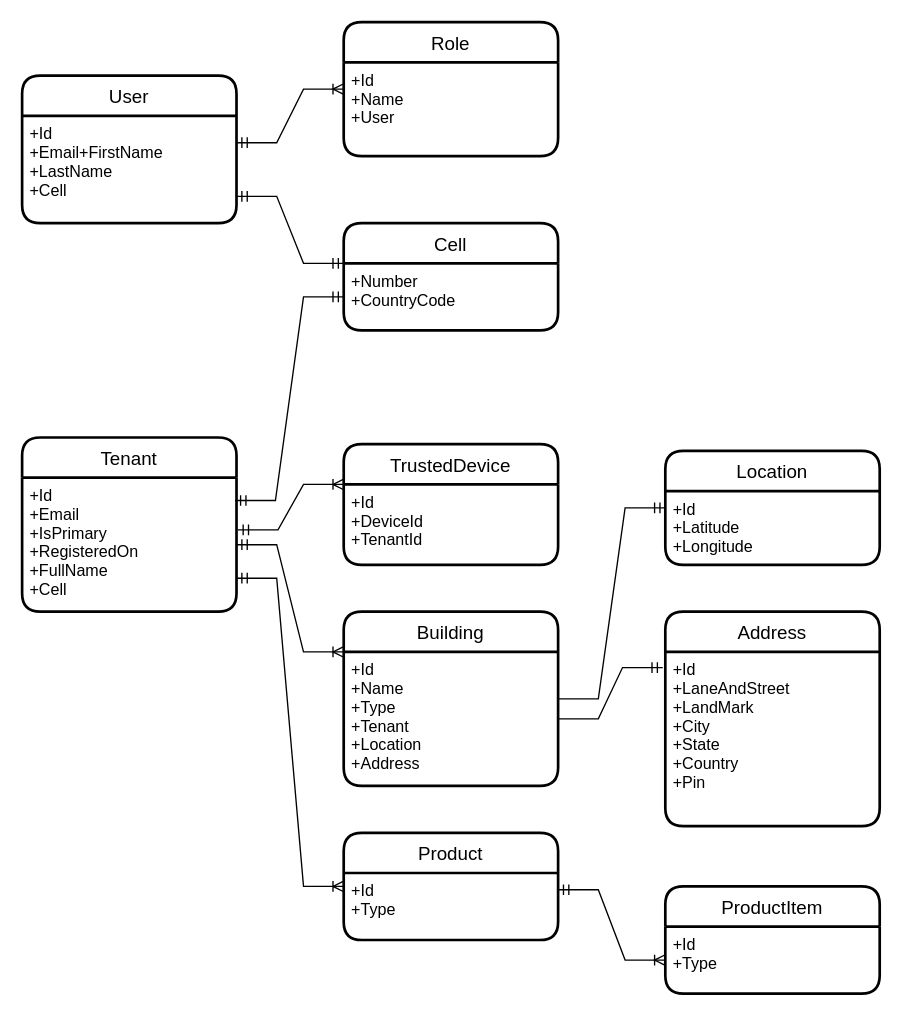
aniruddhand/ciot-capstone keeps this draw.io diagram as page "DatabaseSchema" (10 of 10) of notes/ArchitecturalDiagrams.drawio. Above is the earlier version. Source tidied: cells renumbered, new cells numbered last; positions are measured from the earlier drawing's top-left corner, leaving out a move shared by most shapes. Both pictures are drawn from the tidied source at 134%, with x=0, y=0 at pixel (21, 21).
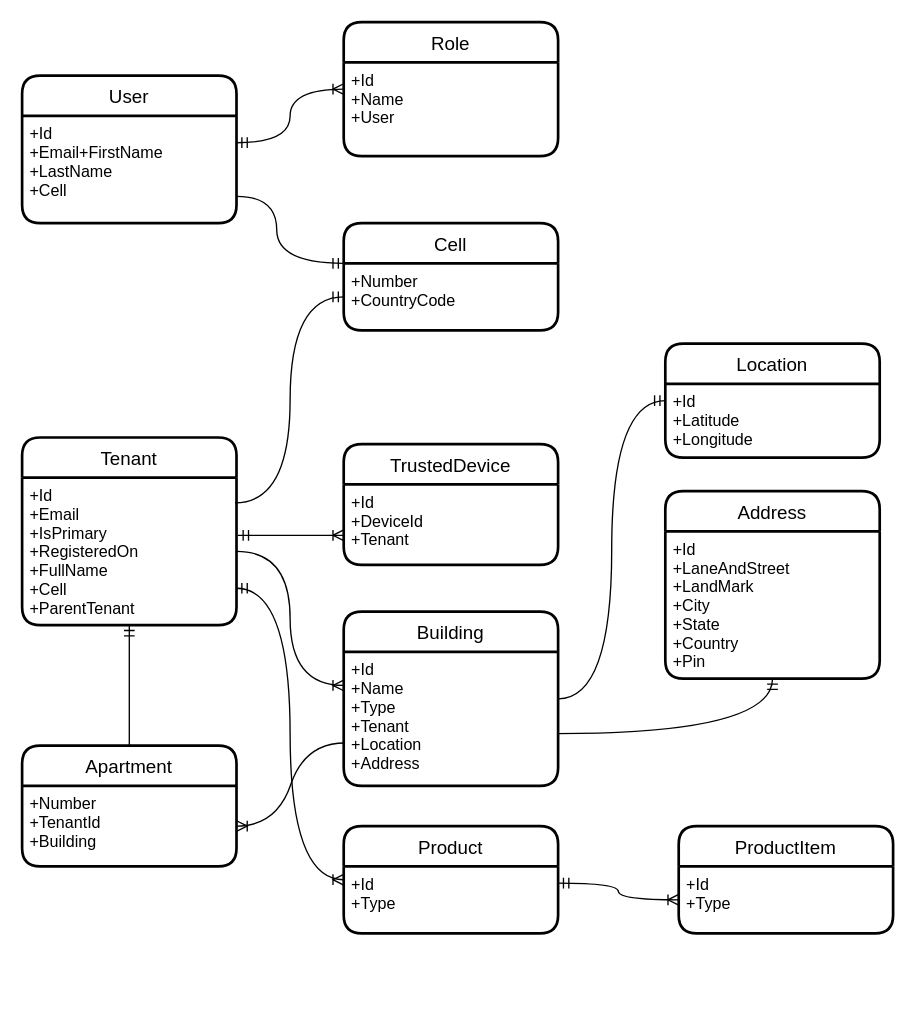
The same page after the edit.

The change refers to these unchanged cells:
```xml
<mxCell id="2" value="Role" style="swimlane;horizontal=1;startSize=30;rounded=1;fontSize=14;fontStyle=0;strokeWidth=2;shadow=0;dashed=0;align=center;" parent="1" vertex="1">
  <mxGeometry x="240" width="160" height="100" as="geometry" />
</mxCell>
<mxCell id="5" value="+Id&#10;+Email+FirstName&#10;+LastName&#10;+Cell&#10;" style="align=left;strokeColor=none;fillColor=none;spacingLeft=4;fontSize=12;verticalAlign=top;" parent="4" vertex="1">
  <mxGeometry y="30" width="160" height="80" as="geometry" />
</mxCell>
<mxCell id="8" value="TrustedDevice" style="swimlane;horizontal=1;startSize=30;rounded=1;fontSize=14;fontStyle=0;strokeWidth=2;shadow=0;dashed=0;align=center;" parent="1" vertex="1">
  <mxGeometry x="240" y="315" width="160" height="90" as="geometry" />
</mxCell>
<mxCell id="10" value="Building" style="swimlane;horizontal=1;startSize=30;rounded=1;fontSize=14;fontStyle=0;strokeWidth=2;shadow=0;dashed=0;align=center;" parent="1" vertex="1">
  <mxGeometry x="240" y="440" width="160" height="130" as="geometry" />
</mxCell>
<mxCell id="11" value="+Id&#10;+Name&#10;+Type&#10;+Tenant&#10;+Location&#10;+Address&#10;" style="align=left;strokeColor=none;fillColor=none;spacingLeft=4;fontSize=12;verticalAlign=top;" parent="10" vertex="1">
  <mxGeometry y="30" width="160" height="100" as="geometry" />
</mxCell>
<mxCell id="13" value="+Number&#10;+CountryCode&#10;" style="align=left;strokeColor=none;fillColor=none;spacingLeft=4;fontSize=12;verticalAlign=top;" parent="12" vertex="1">
  <mxGeometry y="30" width="160" height="50" as="geometry" />
</mxCell>
<mxCell id="25" value="+Id&#10;+Type&#10;&#10;" style="align=left;strokeColor=none;fillColor=none;spacingLeft=4;fontSize=12;verticalAlign=top;" parent="24" vertex="1">
  <mxGeometry y="30" width="160" height="50" as="geometry" />
</mxCell>
<mxCell id="27" value="+Id&#10;+Type&#10;" style="align=left;strokeColor=none;fillColor=none;spacingLeft=4;fontSize=12;verticalAlign=top;" parent="26" vertex="1">
  <mxGeometry y="30" width="160" height="50" as="geometry" />
</mxCell>
```

The edit, as a diff of the source:
```diff
@@
     <mxCell id="6" value="Tenant" style="swimlane;horizontal=1;startSize=30;rounded=1;fontSize=14;fontStyle=0;strokeWidth=2;shadow=0;dashed=0;align=center;" parent="1" vertex="1">
-      <mxGeometry y="310" width="160" height="130" as="geometry" />
+      <mxGeometry y="310" width="160" height="140" as="geometry" />
     </mxCell>
-    <mxCell id="7" value="+Id&#10;+Email&#10;+IsPrimary&#10;+RegisteredOn&#10;+FullName&#10;+Cell&#10;" style="align=left;strokeColor=none;fillColor=none;spacingLeft=4;fontSize=12;verticalAlign=top;" parent="6" vertex="1">
-      <mxGeometry y="30" width="160" height="100" as="geometry" />
+    <mxCell id="7" value="+Id&#10;+Email&#10;+IsPrimary&#10;+RegisteredOn&#10;+FullName&#10;+Cell&#10;+ParentTenant&#10;" style="align=left;strokeColor=none;fillColor=none;spacingLeft=4;fontSize=12;verticalAlign=top;" parent="6" vertex="1">
+      <mxGeometry y="30" width="160" height="110" as="geometry" />
     </mxCell>
@@
-    <mxCell id="9" value="+Id&#10;+DeviceId&#10;+TenantId&#10;" style="align=left;strokeColor=none;fillColor=none;spacingLeft=4;fontSize=12;verticalAlign=top;" parent="8" vertex="1">
+    <mxCell id="9" value="+Id&#10;+DeviceId&#10;+Tenant&#10;" style="align=left;strokeColor=none;fillColor=none;spacingLeft=4;fontSize=12;verticalAlign=top;" parent="8" vertex="1">
       <mxGeometry y="30" width="160" height="60" as="geometry" />
     </mxCell>
@@
-    <mxCell id="14" style="edgeStyle=entityRelationEdgeStyle;fontSize=12;html=1;endArrow=ERmandOne;startArrow=ERmandOne;rounded=0;exitX=1;exitY=0.75;exitDx=0;exitDy=0;entryX=0;entryY=0;entryDx=0;entryDy=0;" parent="1" edge="1" source="5" target="13">
-      <mxGeometry relative="1" as="geometry" />
+    <mxCell id="14" style="edgeStyle=orthogonalEdgeStyle;fontSize=12;html=1;endArrow=ERmandOne;startArrow=none;rounded=0;exitX=1;exitY=0.75;exitDx=0;exitDy=0;entryX=0;entryY=0;entryDx=0;entryDy=0;curved=1;startFill=0;" parent="1" edge="1" source="5" target="13">
+      <mxGeometry relative="1" as="geometry">
+        <Array as="points">
+          <mxPoint x="190" y="130" />
+          <mxPoint x="190" y="180" />
+        </Array>
+      </mxGeometry>
     </mxCell>
-    <mxCell id="15" style="edgeStyle=entityRelationEdgeStyle;fontSize=12;html=1;endArrow=ERoneToMany;startArrow=ERmandOne;rounded=0;exitX=1;exitY=0.25;exitDx=0;exitDy=0;entryX=0;entryY=0.5;entryDx=0;entryDy=0;" parent="1" edge="1" source="5" target="2">
+    <mxCell id="15" style="edgeStyle=orthogonalEdgeStyle;fontSize=12;html=1;endArrow=ERoneToMany;startArrow=ERmandOne;rounded=0;exitX=1;exitY=0.25;exitDx=0;exitDy=0;entryX=0;entryY=0.5;entryDx=0;entryDy=0;curved=1;" parent="1" edge="1" source="5" target="2">
       <mxGeometry relative="1" as="geometry" />
     </mxCell>
-    <mxCell id="16" style="edgeStyle=entityRelationEdgeStyle;fontSize=12;html=1;endArrow=ERoneToMany;startArrow=ERmandOne;rounded=0;entryX=0;entryY=0;entryDx=0;entryDy=0;exitX=1.006;exitY=0.389;exitDx=0;exitDy=0;exitPerimeter=0;" parent="1" edge="1" source="7" target="9">
-      <mxGeometry relative="1" as="geometry" />
+    <mxCell id="16" style="edgeStyle=orthogonalEdgeStyle;fontSize=12;html=1;endArrow=ERoneToMany;startArrow=ERmandOne;rounded=0;exitX=1.006;exitY=0.389;exitDx=0;exitDy=0;exitPerimeter=0;curved=1;" parent="1" edge="1" source="7">
+      <mxGeometry relative="1" as="geometry">
+        <mxPoint x="240" y="383" as="targetPoint" />
+        <Array as="points">
+          <mxPoint x="240" y="383" />
+        </Array>
+      </mxGeometry>
     </mxCell>
-    <mxCell id="17" style="edgeStyle=entityRelationEdgeStyle;fontSize=12;html=1;endArrow=ERoneToMany;startArrow=ERmandOne;rounded=0;exitX=1;exitY=0.5;exitDx=0;exitDy=0;entryX=0;entryY=0;entryDx=0;entryDy=0;" parent="1" edge="1" source="7" target="11">
-      <mxGeometry relative="1" as="geometry" />
-    </mxCell>
     <mxCell id="18" value="Address" style="swimlane;horizontal=1;startSize=30;rounded=1;fontSize=14;fontStyle=0;strokeWidth=2;shadow=0;dashed=0;align=center;" parent="1" vertex="1">
-      <mxGeometry x="480" y="440" width="160" height="160" as="geometry" />
+      <mxGeometry x="480" y="350" width="160" height="140" as="geometry" />
     </mxCell>
     <mxCell id="19" value="+Id&#10;+LaneAndStreet&#10;+LandMark&#10;+City&#10;+State&#10;+Country&#10;+Pin&#10;" style="align=left;strokeColor=none;fillColor=none;spacingLeft=4;fontSize=12;verticalAlign=top;" parent="18" vertex="1">
-      <mxGeometry y="30" width="160" height="130" as="geometry" />
+      <mxGeometry y="30" width="160" height="110" as="geometry" />
     </mxCell>
-    <mxCell id="20" style="edgeStyle=entityRelationEdgeStyle;fontSize=12;html=1;endArrow=ERmandOne;rounded=0;entryX=-0.012;entryY=0.09;entryDx=0;entryDy=0;entryPerimeter=0;exitX=1;exitY=0.5;exitDx=0;exitDy=0;" parent="1" edge="1" source="11" target="19">
-      <mxGeometry relative="1" as="geometry" />
-    </mxCell>
     <mxCell id="21" value="Location" style="swimlane;horizontal=1;startSize=30;rounded=1;fontSize=14;fontStyle=0;strokeWidth=2;shadow=0;dashed=0;align=center;" parent="1" vertex="1">
-      <mxGeometry x="480" y="320" width="160" height="85" as="geometry" />
+      <mxGeometry x="480" y="240" width="160" height="85" as="geometry" />
     </mxCell>
@@
-    <mxCell id="23" style="edgeStyle=entityRelationEdgeStyle;fontSize=12;html=1;endArrow=ERmandOne;rounded=0;entryX=0;entryY=0.5;entryDx=0;entryDy=0;exitX=1;exitY=0.5;exitDx=0;exitDy=0;" parent="1" edge="1" source="10" target="21">
-      <mxGeometry relative="1" as="geometry" />
-    </mxCell>
     <mxCell id="24" value="Product" style="swimlane;horizontal=1;startSize=30;rounded=1;fontSize=14;fontStyle=0;strokeWidth=2;shadow=0;dashed=0;align=center;" parent="1" vertex="1">
-      <mxGeometry x="240" y="605" width="160" height="80" as="geometry" />
+      <mxGeometry x="240" y="600" width="160" height="80" as="geometry" />
     </mxCell>
@@
     <mxCell id="26" value="ProductItem" style="swimlane;horizontal=1;startSize=30;rounded=1;fontSize=14;fontStyle=0;strokeWidth=2;shadow=0;dashed=0;align=center;" parent="1" vertex="1">
-      <mxGeometry x="480" y="645" width="160" height="80" as="geometry" />
+      <mxGeometry x="490" y="600" width="160" height="80" as="geometry" />
     </mxCell>
@@
-    <mxCell id="28" style="edgeStyle=entityRelationEdgeStyle;fontSize=12;html=1;endArrow=ERoneToMany;startArrow=ERmandOne;rounded=0;entryX=0;entryY=0.5;entryDx=0;entryDy=0;exitX=1;exitY=0.75;exitDx=0;exitDy=0;" parent="1" edge="1" source="7" target="24">
+    <mxCell id="28" style="edgeStyle=orthogonalEdgeStyle;fontSize=12;html=1;endArrow=ERoneToMany;startArrow=ERmandOne;rounded=0;entryX=0;entryY=0.5;entryDx=0;entryDy=0;exitX=1;exitY=0.75;exitDx=0;exitDy=0;curved=1;" parent="1" edge="1" source="7" target="24">
       <mxGeometry relative="1" as="geometry" />
     </mxCell>
-    <mxCell id="29" style="edgeStyle=entityRelationEdgeStyle;fontSize=12;html=1;endArrow=ERoneToMany;startArrow=ERmandOne;rounded=0;exitX=1;exitY=0.25;exitDx=0;exitDy=0;entryX=0;entryY=0.5;entryDx=0;entryDy=0;" parent="1" edge="1" source="25" target="27">
+    <mxCell id="29" style="edgeStyle=orthogonalEdgeStyle;fontSize=12;html=1;endArrow=ERoneToMany;startArrow=ERmandOne;rounded=0;exitX=1;exitY=0.25;exitDx=0;exitDy=0;entryX=0;entryY=0.5;entryDx=0;entryDy=0;curved=1;" parent="1" edge="1" source="25" target="27">
       <mxGeometry relative="1" as="geometry" />
     </mxCell>
-    <mxCell id="30" style="edgeStyle=entityRelationEdgeStyle;fontSize=12;html=1;endArrow=ERmandOne;startArrow=ERmandOne;rounded=0;entryX=0;entryY=0.5;entryDx=0;entryDy=0;exitX=0.994;exitY=0.17;exitDx=0;exitDy=0;exitPerimeter=0;" parent="1" edge="1" source="7" target="13">
+    <mxCell id="30" style="edgeStyle=orthogonalEdgeStyle;fontSize=12;html=1;endArrow=ERmandOne;startArrow=none;rounded=0;entryX=0;entryY=0.5;entryDx=0;entryDy=0;exitX=0.994;exitY=0.17;exitDx=0;exitDy=0;exitPerimeter=0;curved=1;startFill=0;" parent="1" edge="1" source="7" target="13">
       <mxGeometry relative="1" as="geometry" />
     </mxCell>
+    <mxCell id="31" value="Apartment" style="swimlane;horizontal=1;startSize=30;rounded=1;fontSize=14;fontStyle=0;strokeWidth=2;shadow=0;dashed=0;align=center;" parent="1" vertex="1">
+      <mxGeometry y="540" width="160" height="90" as="geometry" />
+    </mxCell>
+    <mxCell id="32" value="+Number&#10;+TenantId&#10;+Building" style="align=left;strokeColor=none;fillColor=none;spacingLeft=4;fontSize=12;verticalAlign=top;" parent="31" vertex="1">
+      <mxGeometry y="30" width="160" height="60" as="geometry" />
+    </mxCell>
+    <mxCell id="23" style="edgeStyle=orthogonalEdgeStyle;fontSize=12;html=1;endArrow=ERmandOne;startArrow=none;rounded=0;exitX=1;exitY=0.5;exitDx=0;exitDy=0;entryX=0;entryY=0.5;entryDx=0;entryDy=0;curved=1;startFill=0;" parent="1" edge="1" source="10" target="21">
+      <mxGeometry relative="1" as="geometry" />
+    </mxCell>
+    <mxCell id="33" style="edgeStyle=orthogonalEdgeStyle;fontSize=12;html=1;endArrow=ERmandOne;startArrow=none;rounded=0;entryX=0.5;entryY=1;entryDx=0;entryDy=0;curved=1;startFill=0;" parent="1" edge="1" target="19">
+      <mxGeometry relative="1" as="geometry">
+        <mxPoint x="400" y="531" as="sourcePoint" />
+        <Array as="points">
+          <mxPoint x="560" y="531" />
+        </Array>
+      </mxGeometry>
+    </mxCell>
+    <mxCell id="34" style="fontSize=12;html=1;endArrow=ERmandOne;startArrow=none;rounded=0;exitX=0.5;exitY=0;exitDx=0;exitDy=0;entryX=0.5;entryY=1;entryDx=0;entryDy=0;startFill=0;endFill=0;" parent="1" edge="1" source="31" target="7">
+      <mxGeometry relative="1" as="geometry" />
+    </mxCell>
+    <mxCell id="17" style="edgeStyle=orthogonalEdgeStyle;fontSize=12;html=1;endArrow=ERoneToMany;startArrow=none;rounded=0;entryX=0;entryY=0.25;entryDx=0;entryDy=0;exitX=1;exitY=0.5;exitDx=0;exitDy=0;curved=1;startFill=0;" parent="1" edge="1" source="7" target="11">
+      <mxGeometry relative="1" as="geometry" />
+    </mxCell>
+    <mxCell id="35" style="edgeStyle=entityRelationEdgeStyle;fontSize=12;html=1;endArrow=ERoneToMany;startArrow=none;rounded=0;curved=1;exitX=0.006;exitY=0.68;exitDx=0;exitDy=0;exitPerimeter=0;entryX=1;entryY=0.5;entryDx=0;entryDy=0;startFill=0;" parent="1" edge="1" source="11" target="32">
+      <mxGeometry relative="1" as="geometry" />
+    </mxCell>
```
